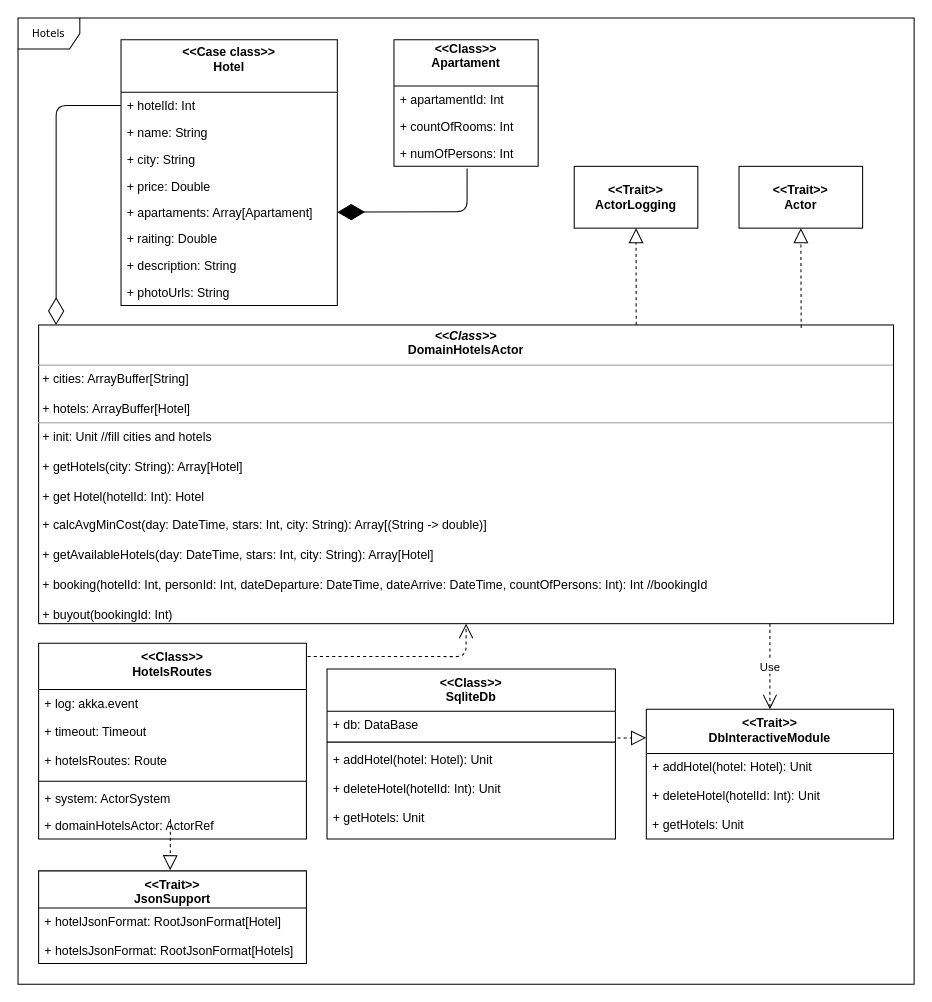
csu-iit-2019-1/Hotels keeps this draw.io diagram as ClassDiagram/Class diagram.drawio. Above is the earlier version. Source tidied: cells renumbered, new cells numbered last; positions are measured from the earlier drawing's top-left corner, leaving out a move shared by most shapes. Both pictures are drawn from the tidied source at 103%, with x=0, y=0 at pixel (18, 18).
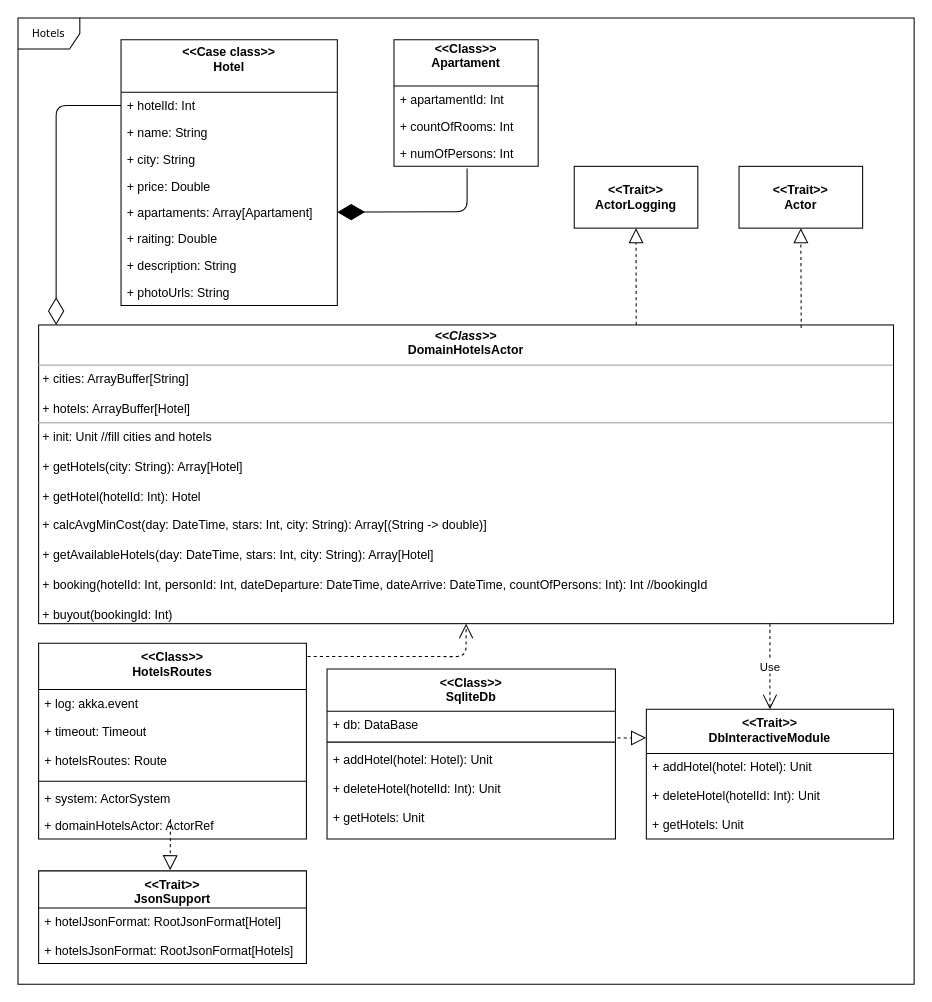
After the change.

The edit, as a diff of the source:
```diff
@@
-    <mxCell id="3" value="&lt;p style=&quot;margin: 0px ; margin-top: 4px ; text-align: center&quot;&gt;&lt;b&gt;&lt;i&gt;&amp;lt;&amp;lt;Class&amp;gt;&amp;gt;&lt;/i&gt;&lt;br&gt;DomainHotelsActor&lt;/b&gt;&lt;/p&gt;&lt;hr size=&quot;1&quot;&gt;&lt;p style=&quot;margin: 0px ; margin-left: 4px&quot;&gt;+ cities: ArrayBuffer[String]&lt;br&gt;&lt;/p&gt;&lt;p style=&quot;margin: 0px ; margin-left: 4px&quot;&gt;&lt;br&gt;&lt;/p&gt;&lt;p style=&quot;margin: 0px ; margin-left: 4px&quot;&gt;+ hotels: ArrayBuffer[Hotel]&lt;/p&gt;&lt;hr size=&quot;1&quot;&gt;&lt;p style=&quot;margin: 0px ; margin-left: 4px&quot;&gt;+ init: Unit //fill cities and hotels&lt;/p&gt;&lt;p style=&quot;margin: 0px ; margin-left: 4px&quot;&gt;&lt;br&gt;&lt;/p&gt;&lt;p style=&quot;margin: 0px ; margin-left: 4px&quot;&gt;+ getHotels(city: String): Array[Hotel]&lt;/p&gt;&lt;p style=&quot;margin: 0px ; margin-left: 4px&quot;&gt;&lt;br&gt;&lt;/p&gt;&lt;p style=&quot;margin: 0px ; margin-left: 4px&quot;&gt;+ get Hotel(hotelId: Int): Hotel&lt;/p&gt;&lt;p style=&quot;margin: 0px ; margin-left: 4px&quot;&gt;&lt;br&gt;&lt;/p&gt;&lt;p style=&quot;margin: 0px ; margin-left: 4px&quot;&gt;+ calcAvgMinCost(day: DateTime, stars: Int, city: String): Array[(String -&amp;gt; double)]&lt;/p&gt;&lt;p style=&quot;margin: 0px ; margin-left: 4px&quot;&gt;&lt;br&gt;&lt;/p&gt;&lt;p style=&quot;margin: 0px ; margin-left: 4px&quot;&gt;+ getAvailableHotels(day: DateTime, stars: Int, city: String): Array[Hotel]&lt;/p&gt;&lt;p style=&quot;margin: 0px ; margin-left: 4px&quot;&gt;&lt;br&gt;&lt;/p&gt;&lt;p style=&quot;margin: 0px ; margin-left: 4px&quot;&gt;+ booking(hotelId: Int, personId: Int, dateDeparture: DateTime, dateArrive: DateTime, countOfPersons: Int): Int //bookingId&lt;/p&gt;&lt;p style=&quot;margin: 0px ; margin-left: 4px&quot;&gt;&lt;br&gt;&lt;/p&gt;&lt;p style=&quot;margin: 0px ; margin-left: 4px&quot;&gt;+ buyout(bookingId: Int)&lt;/p&gt;" style="verticalAlign=top;align=left;overflow=fill;fontSize=12;fontFamily=Helvetica;html=1;rounded=0;shadow=0;comic=0;labelBackgroundColor=none;strokeColor=#000000;strokeWidth=1;fillColor=#ffffff;" parent="1" vertex="1">
+    <mxCell id="3" value="&lt;p style=&quot;margin: 0px ; margin-top: 4px ; text-align: center&quot;&gt;&lt;b&gt;&lt;i&gt;&amp;lt;&amp;lt;Class&amp;gt;&amp;gt;&lt;/i&gt;&lt;br&gt;DomainHotelsActor&lt;/b&gt;&lt;/p&gt;&lt;hr size=&quot;1&quot;&gt;&lt;p style=&quot;margin: 0px ; margin-left: 4px&quot;&gt;+ cities: ArrayBuffer[String]&lt;br&gt;&lt;/p&gt;&lt;p style=&quot;margin: 0px ; margin-left: 4px&quot;&gt;&lt;br&gt;&lt;/p&gt;&lt;p style=&quot;margin: 0px ; margin-left: 4px&quot;&gt;+ hotels: ArrayBuffer[Hotel]&lt;/p&gt;&lt;hr size=&quot;1&quot;&gt;&lt;p style=&quot;margin: 0px ; margin-left: 4px&quot;&gt;+ init: Unit //fill cities and hotels&lt;/p&gt;&lt;p style=&quot;margin: 0px ; margin-left: 4px&quot;&gt;&lt;br&gt;&lt;/p&gt;&lt;p style=&quot;margin: 0px ; margin-left: 4px&quot;&gt;+ getHotels(city: String): Array[Hotel]&lt;/p&gt;&lt;p style=&quot;margin: 0px ; margin-left: 4px&quot;&gt;&lt;br&gt;&lt;/p&gt;&lt;p style=&quot;margin: 0px ; margin-left: 4px&quot;&gt;+ getHotel(hotelId: Int): Hotel&lt;/p&gt;&lt;p style=&quot;margin: 0px ; margin-left: 4px&quot;&gt;&lt;br&gt;&lt;/p&gt;&lt;p style=&quot;margin: 0px ; margin-left: 4px&quot;&gt;+ calcAvgMinCost(day: DateTime, stars: Int, city: String): Array[(String -&amp;gt; double)]&lt;/p&gt;&lt;p style=&quot;margin: 0px ; margin-left: 4px&quot;&gt;&lt;br&gt;&lt;/p&gt;&lt;p style=&quot;margin: 0px ; margin-left: 4px&quot;&gt;+ getAvailableHotels(day: DateTime, stars: Int, city: String): Array[Hotel]&lt;/p&gt;&lt;p style=&quot;margin: 0px ; margin-left: 4px&quot;&gt;&lt;br&gt;&lt;/p&gt;&lt;p style=&quot;margin: 0px ; margin-left: 4px&quot;&gt;+ booking(hotelId: Int, personId: Int, dateDeparture: DateTime, dateArrive: DateTime, countOfPersons: Int): Int //bookingId&lt;/p&gt;&lt;p style=&quot;margin: 0px ; margin-left: 4px&quot;&gt;&lt;br&gt;&lt;/p&gt;&lt;p style=&quot;margin: 0px ; margin-left: 4px&quot;&gt;+ buyout(bookingId: Int)&lt;/p&gt;" style="verticalAlign=top;align=left;overflow=fill;fontSize=12;fontFamily=Helvetica;html=1;rounded=0;shadow=0;comic=0;labelBackgroundColor=none;strokeColor=#000000;strokeWidth=1;fillColor=#ffffff;" parent="1" vertex="1">
       <mxGeometry x="20" y="298" width="830" height="290" as="geometry" />
     </mxCell>
```
